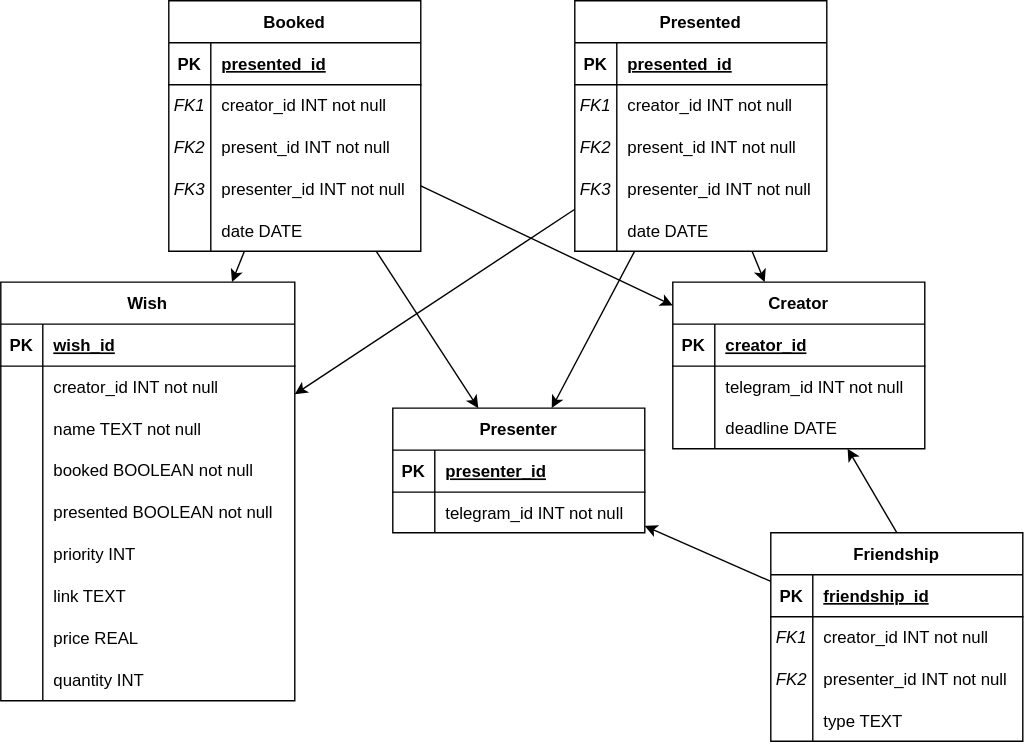
Before: db_schema.svg, a diagram exported from draw.io (olegfafurin/lauzhack-2022). Source tidied: cells renumbered, new cells last; positions are measured from the earlier drawing's top-left corner, leaving out a move shared by most shapes.
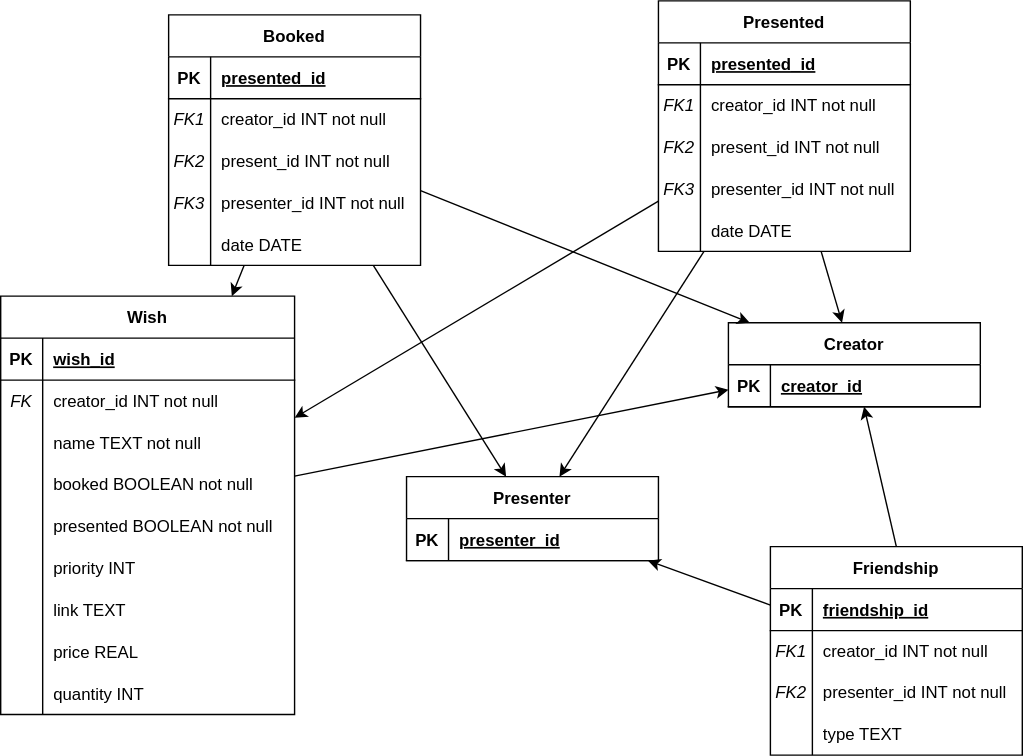
Above is the later version.

Commit message:
Add primary and foreign keys into the code

What changed in the source:
```diff
@@ -3,7 +3,7 @@
     <mxCell id="0" />
     <mxCell id="1" parent="0" />
     <mxCell id="2" value="Creator" style="shape=table;startSize=30;rowLines=0;fontStyle=1;align=center;" parent="1" vertex="1">
-      <mxGeometry x="480" y="201" width="180" height="119" as="geometry" />
+      <mxGeometry x="520" y="220" width="180" height="60" as="geometry" />
     </mxCell>
     <mxCell id="3" style="shape=tableRow;horizontal=0;startSize=0;swimlaneHead=0;swimlaneBody=0;fillColor=none;top=0;left=0;right=0;bottom=1;" parent="2" vertex="1">
       <mxGeometry y="30" width="180" height="30" as="geometry" />
@@ -14,26 +14,8 @@
     <mxCell id="5" value="creator_id" style="shape=partialRectangle;fillColor=none;top=0;left=0;bottom=0;right=0;align=left;spacingLeft=6;fontStyle=5;overflow=hidden;" parent="3" vertex="1">
       <mxGeometry x="30" width="150" height="30" as="geometry" />
     </mxCell>
-    <mxCell id="6" style="shape=tableRow;horizontal=0;startSize=0;swimlaneHead=0;swimlaneBody=0;fillColor=none;top=0;left=0;right=0;bottom=0;" parent="2" vertex="1">
-      <mxGeometry y="60" width="180" height="29" as="geometry" />
-    </mxCell>
-    <mxCell id="7" style="shape=partialRectangle;fillColor=none;top=0;left=0;bottom=0;right=0;overflow=hidden;" parent="6" vertex="1">
-      <mxGeometry width="30" height="29" as="geometry" />
-    </mxCell>
-    <mxCell id="8" value="telegram_id INT not null" style="shape=partialRectangle;fillColor=none;top=0;left=0;bottom=0;right=0;align=left;spacingLeft=6;overflow=hidden;" parent="6" vertex="1">
-      <mxGeometry x="30" width="150" height="29" as="geometry" />
-    </mxCell>
-    <mxCell id="9" style="shape=tableRow;horizontal=0;startSize=0;swimlaneHead=0;swimlaneBody=0;fillColor=none;top=0;left=0;right=0;bottom=0;" parent="2" vertex="1">
-      <mxGeometry y="89" width="180" height="30" as="geometry" />
-    </mxCell>
-    <mxCell id="10" style="shape=partialRectangle;fillColor=none;top=0;left=0;bottom=0;right=0;overflow=hidden;" parent="9" vertex="1">
-      <mxGeometry width="30" height="30" as="geometry" />
-    </mxCell>
-    <mxCell id="11" value="deadline DATE" style="shape=partialRectangle;fillColor=none;top=0;left=0;bottom=0;right=0;align=left;spacingLeft=6;overflow=hidden;" parent="9" vertex="1">
-      <mxGeometry x="30" width="150" height="30" as="geometry" />
-    </mxCell>
     <mxCell id="12" value="Presenter" style="shape=table;startSize=30;rowLines=0;fontStyle=1;align=center;" parent="1" vertex="1">
-      <mxGeometry x="280" y="291" width="180" height="89" as="geometry" />
+      <mxGeometry x="290" y="330" width="180" height="60" as="geometry" />
     </mxCell>
     <mxCell id="13" style="shape=tableRow;horizontal=0;startSize=0;swimlaneHead=0;swimlaneBody=0;fillColor=none;top=0;left=0;right=0;bottom=1;" parent="12" vertex="1">
       <mxGeometry y="30" width="180" height="30" as="geometry" />
@@ -44,15 +26,6 @@
     <mxCell id="15" value="presenter_id" style="shape=partialRectangle;fillColor=none;top=0;left=0;bottom=0;right=0;align=left;spacingLeft=6;fontStyle=5;overflow=hidden;" parent="13" vertex="1">
       <mxGeometry x="30" width="150" height="30" as="geometry" />
     </mxCell>
-    <mxCell id="16" style="shape=tableRow;horizontal=0;startSize=0;swimlaneHead=0;swimlaneBody=0;fillColor=none;top=0;left=0;right=0;bottom=0;" parent="12" vertex="1">
-      <mxGeometry y="60" width="180" height="29" as="geometry" />
-    </mxCell>
-    <mxCell id="17" style="shape=partialRectangle;fillColor=none;top=0;left=0;bottom=0;right=0;overflow=hidden;" parent="16" vertex="1">
-      <mxGeometry width="30" height="29" as="geometry" />
-    </mxCell>
-    <mxCell id="18" value="telegram_id INT not null" style="shape=partialRectangle;fillColor=none;top=0;left=0;bottom=0;right=0;align=left;spacingLeft=6;overflow=hidden;" parent="16" vertex="1">
-      <mxGeometry x="30" width="150" height="29" as="geometry" />
-    </mxCell>
     <mxCell id="19" value="Wish" style="shape=table;startSize=30;rowLines=0;fontStyle=1;align=center;" parent="1" vertex="1">
       <mxGeometry y="201" width="210" height="299" as="geometry" />
     </mxCell>
@@ -68,7 +41,7 @@
     <mxCell id="23" style="shape=tableRow;horizontal=0;startSize=0;swimlaneHead=0;swimlaneBody=0;fillColor=none;top=0;left=0;right=0;bottom=1;strokeColor=none;" parent="19" vertex="1">
       <mxGeometry y="60" width="210" height="30" as="geometry" />
     </mxCell>
-    <mxCell id="24" style="shape=partialRectangle;fillColor=none;top=0;left=0;bottom=0;right=0;fontStyle=0;overflow=hidden;" parent="23" vertex="1">
+    <mxCell id="24" value="FK" style="shape=partialRectangle;fillColor=none;top=0;left=0;bottom=0;right=0;fontStyle=2;overflow=hidden;" parent="23" vertex="1">
       <mxGeometry width="30" height="30" as="geometry" />
     </mxCell>
     <mxCell id="25" value="creator_id INT not null" style="shape=partialRectangle;fillColor=none;top=0;left=0;bottom=0;right=0;align=left;spacingLeft=6;fontStyle=0;overflow=hidden;strokeColor=default;" parent="23" vertex="1">
@@ -240,7 +213,7 @@
       <mxGeometry relative="1" as="geometry" />
     </mxCell>
     <mxCell id="81" value="Presented" style="shape=table;startSize=30;rowLines=0;fontStyle=1;align=center;" parent="1" vertex="1">
-      <mxGeometry x="410" width="180" height="179" as="geometry" />
+      <mxGeometry x="470" y="-10" width="180" height="179" as="geometry" />
     </mxCell>
     <mxCell id="82" style="shape=tableRow;horizontal=0;startSize=0;swimlaneHead=0;swimlaneBody=0;fillColor=none;top=0;left=0;right=0;bottom=1;" parent="81" vertex="1">
       <mxGeometry y="30" width="180" height="30" as="geometry" />
@@ -296,5 +269,8 @@
     <mxCell id="99" style="endArrow=classic;html=1;rounded=0;" parent="1" edge="1" source="81" target="2">
       <mxGeometry relative="1" as="geometry" />
     </mxCell>
+    <mxCell id="100" style="endArrow=classic;html=1;rounded=0;" parent="1" edge="1" source="19" target="2">
+      <mxGeometry relative="1" as="geometry" />
+    </mxCell>
   </root>
 </mxGraphModel>
```
